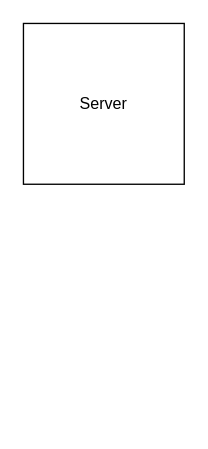
razor-team/project-fall keeps this draw.io diagram as docs/architecture.drawio. Above is the earlier version. Source tidied: cells renumbered, new cells numbered last; positions are measured from the earlier drawing's top-left corner, leaving out a move shared by most shapes. Both pictures are drawn from the tidied source at 134%, with x=0, y=0 at pixel (23, 23).
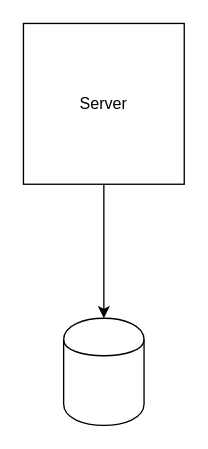
Above is the later version.

Diff of the diagram source:
```diff
@@
 <mxGraphModel>
   <root>
     <mxCell id="0" />
     <mxCell id="1" parent="0" />
+    <mxCell id="3" style="edgeStyle=orthogonalEdgeStyle;rounded=0;jettySize=auto;html=1;" parent="1" edge="1" source="2" target="4">
+      <mxGeometry relative="1" as="geometry" />
+    </mxCell>
     <mxCell id="2" value="Server" style="rounded=0;whiteSpace=wrap;html=1;" parent="1" vertex="1">
       <mxGeometry width="120" height="120" as="geometry" />
     </mxCell>
+    <mxCell id="4" style="shape=cylinder;whiteSpace=wrap;html=1;boundedLbl=1;backgroundOutline=1;" parent="1" vertex="1">
+      <mxGeometry x="30" y="220" width="60" height="80" as="geometry" />
+    </mxCell>
   </root>
 </mxGraphModel>
```
